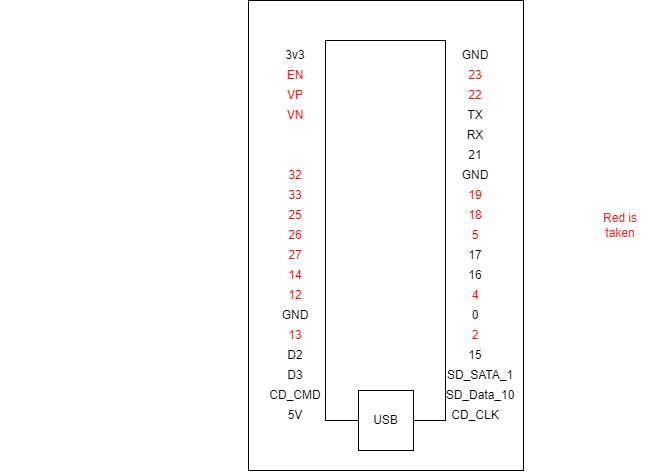
Boti21/SDU-SPRO3-CODE keeps this draw.io diagram as SPRO3-Firmware/pin_out.png. Above is the earlier version. Source tidied: cells renumbered, new cells last; positions are measured from the earlier drawing's top-left corner, leaving out a move shared by most shapes.
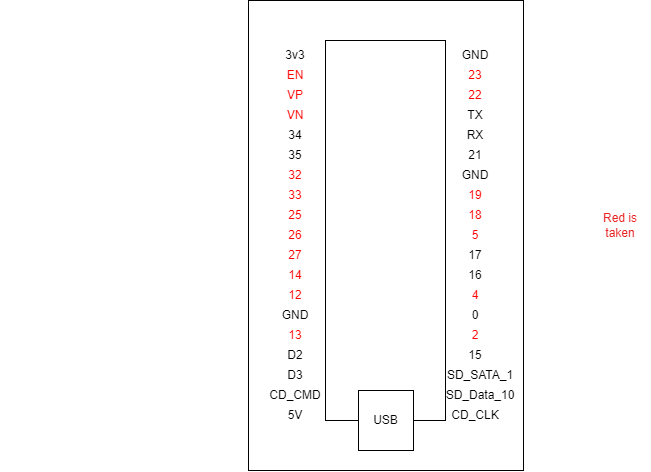
The same diagram one commit later.

What changed in the source:
```diff
@@ -20,10 +20,10 @@
     <mxCell id="7" value="VN" style="text;html=1;strokeColor=none;fillColor=none;align=center;verticalAlign=middle;whiteSpace=wrap;rounded=0;fontColor=#FF0000;" parent="1" vertex="1">
       <mxGeometry x="265" y="100" width="60" height="30" as="geometry" />
     </mxCell>
-    <mxCell id="8" value="&lt;font color=&quot;#ffffff&quot;&gt;34&lt;/font&gt;" style="text;html=1;strokeColor=none;fillColor=none;align=center;verticalAlign=middle;whiteSpace=wrap;rounded=0;fontColor=#FF0000;" parent="1" vertex="1">
+    <mxCell id="8" value="&lt;font&gt;34&lt;/font&gt;" style="text;html=1;strokeColor=none;fillColor=none;align=center;verticalAlign=middle;whiteSpace=wrap;rounded=0;fontColor=#000000;" parent="1" vertex="1">
       <mxGeometry x="265" y="120" width="60" height="30" as="geometry" />
     </mxCell>
-    <mxCell id="9" value="35" style="text;html=1;strokeColor=none;fillColor=none;align=center;verticalAlign=middle;whiteSpace=wrap;rounded=0;fontColor=#FFFFFF;" parent="1" vertex="1">
+    <mxCell id="9" value="35" style="text;html=1;strokeColor=none;fillColor=none;align=center;verticalAlign=middle;whiteSpace=wrap;rounded=0;fontColor=#000000;" parent="1" vertex="1">
       <mxGeometry x="265" y="140" width="60" height="30" as="geometry" />
     </mxCell>
     <mxCell id="10" value="32" style="text;html=1;strokeColor=none;fillColor=none;align=center;verticalAlign=middle;whiteSpace=wrap;rounded=0;fontColor=#FF0000;" parent="1" vertex="1">
```
